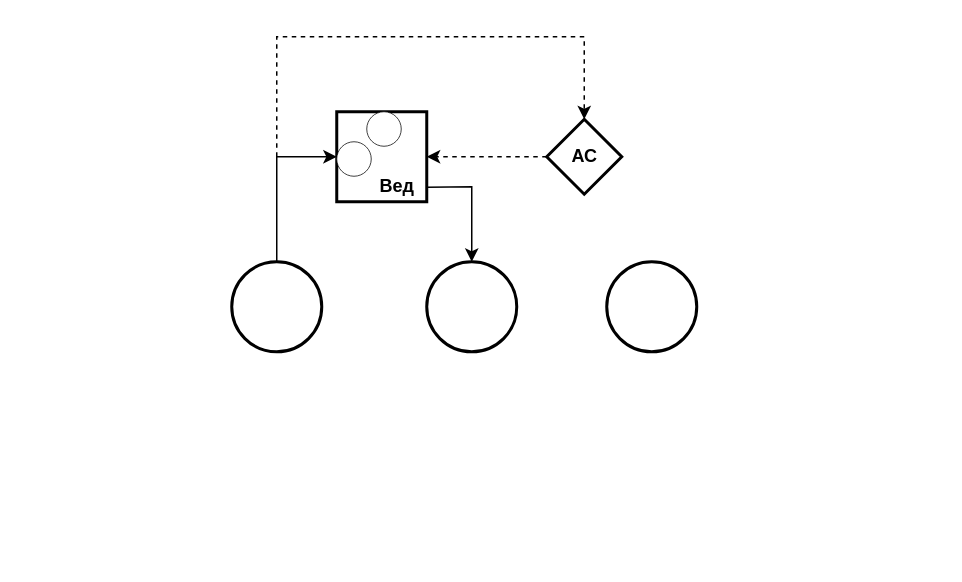
ArgumenTiKi/labs keeps this draw.io diagram as Untitled Diagram.drawio. Above is the earlier version. Source tidied: cells renumbered, new cells numbered last; positions are measured from the earlier drawing's top-left corner, leaving out a move shared by most shapes. Both pictures are drawn from the tidied source at 150%, with x=0, y=0 at pixel (231, 36).
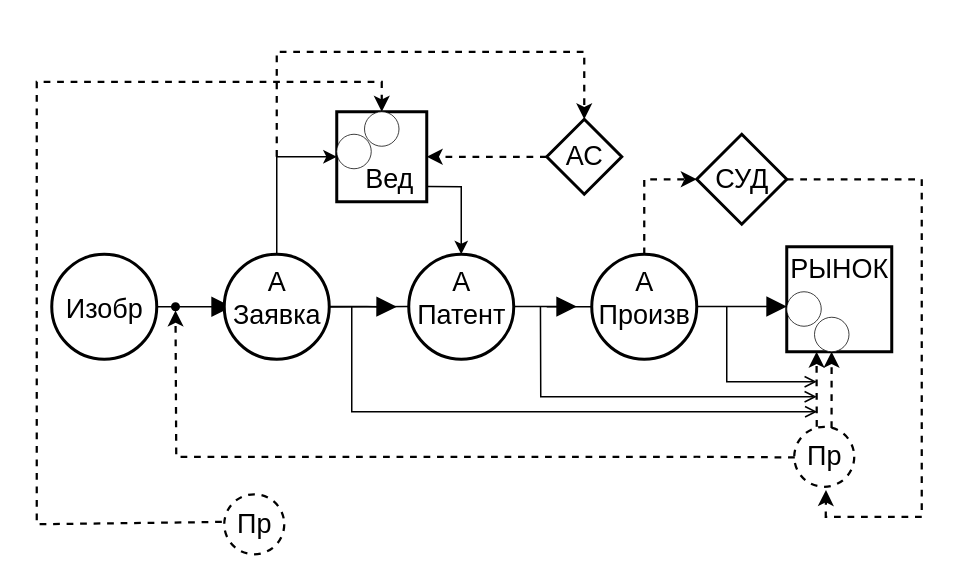
After the change.

Change to the diagram source:
```diff
@@
+    <mxCell id="15" style="ellipse;whiteSpace=wrap;html=1;strokeColor=default;strokeWidth=1.5;dashed=1;fontSize=18;fontStyle=0;" parent="1" vertex="1">
+      <mxGeometry x="-5" y="305" width="40" height="40" as="geometry" />
+    </mxCell>
+    <mxCell id="16" style="endArrow=none;html=1;rounded=0;fontSize=18;endSize=11;strokeWidth=1;entryX=0.063;entryY=0.6;entryDx=0;entryDy=0;entryPerimeter=0;" parent="1" edge="1" target="18">
+      <mxGeometry relative="1" as="geometry">
+        <mxPoint x="210" y="180" as="sourcePoint" />
+      </mxGeometry>
+    </mxCell>
+    <mxCell id="17" style="edgeStyle=orthogonalEdgeStyle;rounded=0;orthogonalLoop=1;jettySize=auto;html=1;verticalAlign=middle;endArrow=block;endFill=1;endSize=11;fontSize=18;fontStyle=0;" parent="1" edge="1">
+      <mxGeometry relative="1" as="geometry">
+        <mxPoint x="180" y="179.9" as="sourcePoint" />
+        <mxPoint x="230" y="179.9" as="targetPoint" />
+        <Array as="points">
+          <mxPoint x="200" y="179.9" />
+          <mxPoint x="200" y="179.9" />
+        </Array>
+      </mxGeometry>
+    </mxCell>
-    <mxCell id="2" style="rounded=0;whiteSpace=wrap;html=1;strokeWidth=2;" parent="1" vertex="1">
+    <mxCell id="2" style="rounded=0;whiteSpace=wrap;html=1;strokeWidth=2;fontSize=18;fontStyle=0;" parent="1" vertex="1">
       <mxGeometry x="70" y="50" width="60" height="60" as="geometry" />
     </mxCell>
-    <mxCell id="3" style="endArrow=classic;html=1;rounded=0;entryX=1;entryY=0.5;entryDx=0;entryDy=0;dashed=1;" parent="1" edge="1" target="2">
+    <mxCell id="3" style="endArrow=classic;html=1;rounded=0;entryX=1;entryY=0.5;entryDx=0;entryDy=0;dashed=1;fontSize=18;fontStyle=0;strokeWidth=1.5;" parent="1" edge="1" target="2">
       <mxGeometry relative="1" as="geometry">
         <mxPoint x="210" y="80" as="sourcePoint" />
       </mxGeometry>
     </mxCell>
-    <mxCell id="4" style="rhombus;whiteSpace=wrap;html=1;strokeWidth=2;" parent="1" vertex="1">
+    <mxCell id="4" style="rhombus;whiteSpace=wrap;html=1;strokeWidth=2;fontSize=18;fontStyle=0;" parent="1" vertex="1">
       <mxGeometry x="210" y="55" width="50" height="50" as="geometry" />
     </mxCell>
-    <mxCell id="5" value="&lt;b&gt;АС&lt;/b&gt;" style="text;html=1;align=center;verticalAlign=middle;strokeColor=none;fillColor=none;strokeWidth=1;" parent="1" vertex="1">
-      <mxGeometry x="220" y="70" width="30" height="20" as="geometry" />
+    <mxCell id="5" value="&lt;span style=&quot;font-size: 18px;&quot;&gt;АС&lt;/span&gt;" style="text;html=1;align=center;verticalAlign=middle;strokeColor=none;fillColor=none;strokeWidth=1;fontSize=18;fontStyle=0;" parent="1" vertex="1">
+      <mxGeometry x="215" y="65" width="40" height="30" as="geometry" />
     </mxCell>
-    <mxCell id="6" style="endArrow=classic;html=1;rounded=0;entryX=0.5;entryY=0;entryDx=0;entryDy=0;dashed=1;" parent="1" edge="1" target="4">
+    <mxCell id="6" style="endArrow=classic;html=1;rounded=0;entryX=0.5;entryY=0;entryDx=0;entryDy=0;dashed=1;fontSize=18;fontStyle=0;strokeWidth=1.5;" parent="1" edge="1" target="4">
       <mxGeometry relative="1" as="geometry">
         <mxPoint x="30" y="80" as="sourcePoint" />
         <Array as="points">
-          <mxPoint x="30" />
-          <mxPoint x="235" />
+          <mxPoint x="30" y="10" />
+          <mxPoint x="235" y="10" />
         </Array>
       </mxGeometry>
     </mxCell>
-    <mxCell id="7" style="endArrow=classic;html=1;rounded=0;entryX=0;entryY=0.5;entryDx=0;entryDy=0;" parent="1" edge="1" target="2">
+    <mxCell id="7" style="endArrow=classic;html=1;rounded=0;entryX=0;entryY=0.5;entryDx=0;entryDy=0;fontSize=18;fontStyle=0;" parent="1" edge="1" target="2">
       <mxGeometry relative="1" as="geometry">
         <mxPoint x="30" y="150" as="sourcePoint" />
         <Array as="points">
           <mxPoint x="30" y="80" />
         </Array>
       </mxGeometry>
     </mxCell>
-    <mxCell id="8" style="ellipse;whiteSpace=wrap;html=1;strokeColor=default;strokeWidth=2;" parent="1" vertex="1">
-      <mxGeometry y="150" width="60" height="60" as="geometry" />
-    </mxCell>
-    <mxCell id="9" style="ellipse;whiteSpace=wrap;html=1;strokeColor=default;strokeWidth=2;" parent="1" vertex="1">
-      <mxGeometry x="130" y="150" width="60" height="60" as="geometry" />
-    </mxCell>
-    <mxCell id="10" style="ellipse;whiteSpace=wrap;html=1;strokeColor=default;strokeWidth=2;" parent="1" vertex="1">
-      <mxGeometry x="250" y="150" width="60" height="60" as="geometry" />
+    <mxCell id="10" style="ellipse;whiteSpace=wrap;html=1;strokeColor=default;strokeWidth=2;fontSize=18;fontStyle=0;" parent="1" vertex="1">
+      <mxGeometry x="240" y="145" width="70" height="70" as="geometry" />
     </mxCell>
-    <mxCell id="11" value="Вед" style="text;html=1;align=center;verticalAlign=middle;points=[];strokeColor=none;fillColor=none;strokeWidth=1;fontSize=12;fontStyle=1;" parent="1" vertex="1">
-      <mxGeometry x="90" y="90" width="40" height="20" as="geometry" />
+    <mxCell id="11" value="Вед" style="text;html=1;align=center;verticalAlign=middle;points=[];strokeColor=none;fillColor=none;strokeWidth=1;fontSize=18;fontStyle=0;" parent="1" vertex="1">
+      <mxGeometry x="80" y="80" width="50" height="30" as="geometry" />
     </mxCell>
-    <mxCell id="12" style="ellipse;whiteSpace=wrap;html=1;fontSize=12;strokeColor=default;strokeWidth=0.5;" parent="1" vertex="1">
-      <mxGeometry x="90" y="50" width="23" height="23" as="geometry" />
+    <mxCell id="12" style="ellipse;whiteSpace=wrap;html=1;fontSize=18;strokeColor=default;strokeWidth=0.5;fontStyle=0;" parent="1" vertex="1">
+      <mxGeometry x="88.5" y="50" width="23" height="23" as="geometry" />
     </mxCell>
-    <mxCell id="13" style="ellipse;whiteSpace=wrap;html=1;fontSize=12;strokeColor=default;strokeWidth=0.5;" parent="1" vertex="1">
-      <mxGeometry x="70" y="70" width="23" height="23" as="geometry" />
+    <mxCell id="13" style="ellipse;whiteSpace=wrap;html=1;fontSize=18;strokeColor=default;strokeWidth=0.5;fontStyle=0;" parent="1" vertex="1">
+      <mxGeometry x="70" y="65" width="23" height="23" as="geometry" />
     </mxCell>
-    <mxCell id="14" style="endArrow=classic;html=1;rounded=0;fontSize=12;exitX=1;exitY=0.517;exitDx=0;exitDy=0;exitPerimeter=0;entryX=0.5;entryY=0;entryDx=0;entryDy=0;" parent="1" edge="1" source="11" target="9">
+    <mxCell id="14" style="endArrow=classic;html=1;rounded=0;fontSize=18;entryX=0.5;entryY=0;entryDx=0;entryDy=0;fontStyle=0;exitX=1.009;exitY=0.663;exitDx=0;exitDy=0;exitPerimeter=0;" parent="1" edge="1" source="11" target="42">
       <mxGeometry relative="1" as="geometry">
         <Array as="points">
-          <mxPoint x="160" y="100" />
+          <mxPoint x="153" y="100" />
         </Array>
       </mxGeometry>
     </mxCell>
+    <mxCell id="18" value="А&lt;br style=&quot;font-size: 18px;&quot;&gt;Произв" style="text;html=1;align=center;verticalAlign=middle;points=[];strokeColor=none;fillColor=none;fontStyle=0;fontSize=18;" parent="1" vertex="1">
+      <mxGeometry x="235" y="150" width="80" height="50" as="geometry" />
+    </mxCell>
+    <mxCell id="19" style="edgeStyle=orthogonalEdgeStyle;rounded=0;orthogonalLoop=1;jettySize=auto;html=1;verticalAlign=middle;endArrow=block;endFill=1;endSize=11;fontSize=18;fontStyle=0;" parent="1" edge="1">
+      <mxGeometry relative="1" as="geometry">
+        <mxPoint x="60" y="179.9" as="sourcePoint" />
+        <mxPoint x="110" y="180" as="targetPoint" />
+        <Array as="points">
+          <mxPoint x="90" y="180" />
+          <mxPoint x="90" y="180" />
+        </Array>
+      </mxGeometry>
+    </mxCell>
+    <mxCell id="20" style="edgeStyle=orthogonalEdgeStyle;rounded=0;jettySize=auto;html=1;verticalAlign=middle;endArrow=block;endFill=1;endSize=11;startArrow=none;fontSize=18;fontStyle=0;" parent="1" edge="1" source="38">
+      <mxGeometry relative="1" as="geometry">
+        <mxPoint y="180" as="targetPoint" />
+        <Array as="points">
+          <mxPoint x="-30" y="180" />
+          <mxPoint x="-30" y="180" />
+        </Array>
+      </mxGeometry>
+    </mxCell>
+    <mxCell id="21" style="rounded=0;whiteSpace=wrap;html=1;strokeWidth=2;fontSize=18;fontStyle=0;" parent="1" vertex="1">
+      <mxGeometry x="370" y="140" width="70" height="70" as="geometry" />
+    </mxCell>
+    <mxCell id="22" value="РЫНОК" style="text;html=1;align=center;verticalAlign=middle;strokeColor=none;fillColor=none;strokeWidth=1;fontSize=18;fontStyle=0;" parent="1" vertex="1">
+      <mxGeometry x="365" y="140" width="80" height="30" as="geometry" />
+    </mxCell>
+    <mxCell id="23" style="ellipse;whiteSpace=wrap;html=1;fontSize=18;strokeColor=default;strokeWidth=0.5;fontStyle=0;" parent="1" vertex="1">
+      <mxGeometry x="388.5" y="187" width="23" height="23" as="geometry" />
+    </mxCell>
+    <mxCell id="24" style="ellipse;whiteSpace=wrap;html=1;fontSize=18;strokeColor=default;strokeWidth=0.5;fontStyle=0;" parent="1" vertex="1">
+      <mxGeometry x="370" y="170" width="23" height="23" as="geometry" />
+    </mxCell>
+    <mxCell id="25" style="edgeStyle=orthogonalEdgeStyle;rounded=0;orthogonalLoop=1;jettySize=auto;html=1;verticalAlign=middle;endArrow=block;endFill=1;endSize=11;fontSize=18;fontStyle=0;" parent="1" edge="1">
+      <mxGeometry relative="1" as="geometry">
+        <mxPoint x="310" y="179.8" as="sourcePoint" />
+        <mxPoint x="370" y="179.9" as="targetPoint" />
+        <Array as="points">
+          <mxPoint x="340" y="179.9" />
+          <mxPoint x="340" y="179.9" />
+        </Array>
+      </mxGeometry>
+    </mxCell>
+    <mxCell id="26" style="rhombus;whiteSpace=wrap;html=1;strokeWidth=2;fontSize=18;fontStyle=0;" parent="1" vertex="1">
+      <mxGeometry x="310" y="65" width="60" height="60" as="geometry" />
+    </mxCell>
+    <mxCell id="27" value="&lt;span style=&quot;font-size: 18px&quot;&gt;СУД&lt;br&gt;&lt;/span&gt;" style="text;html=1;align=center;verticalAlign=middle;strokeColor=none;fillColor=none;strokeWidth=1;fontSize=18;fontStyle=0;" parent="1" vertex="1">
+      <mxGeometry x="315" y="80" width="50" height="30" as="geometry" />
+    </mxCell>
+    <mxCell id="28" style="endArrow=classic;html=1;rounded=0;entryX=0;entryY=0.5;entryDx=0;entryDy=0;dashed=1;fontSize=18;exitX=0.5;exitY=0;exitDx=0;exitDy=0;fontStyle=0;strokeWidth=1.5;" parent="1" edge="1" source="10" target="26">
+      <mxGeometry relative="1" as="geometry">
+        <Array as="points">
+          <mxPoint x="275" y="95" />
+        </Array>
+      </mxGeometry>
+    </mxCell>
+    <mxCell id="29" style="endArrow=classic;html=1;rounded=0;dashed=1;exitX=1;exitY=0.5;exitDx=0;exitDy=0;entryX=0.529;entryY=1.055;entryDx=0;entryDy=0;entryPerimeter=0;fontSize=18;fontStyle=0;strokeWidth=1.5;" parent="1" edge="1" source="26" target="30">
+      <mxGeometry relative="1" as="geometry">
+        <Array as="points">
+          <mxPoint x="460" y="95" />
+          <mxPoint x="460" y="320" />
+          <mxPoint x="410" y="320" />
+          <mxPoint x="396" y="320" />
+        </Array>
+      </mxGeometry>
+    </mxCell>
+    <mxCell id="30" style="ellipse;whiteSpace=wrap;html=1;strokeColor=default;strokeWidth=1.5;dashed=1;fontSize=18;fontStyle=0;" parent="1" vertex="1">
+      <mxGeometry x="375" y="260" width="40" height="40" as="geometry" />
+    </mxCell>
+    <mxCell id="31" value="Пр" style="text;html=1;align=center;verticalAlign=middle;points=[];strokeColor=none;fillColor=none;fontStyle=0;fontSize=18;" parent="1" vertex="1">
+      <mxGeometry x="375" y="265" width="40" height="30" as="geometry" />
+    </mxCell>
+    <mxCell id="32" style="endArrow=classic;html=1;rounded=0;dashed=1;fontSize=18;fontStyle=0;strokeWidth=1.5;" parent="1" edge="1">
+      <mxGeometry relative="1" as="geometry">
+        <mxPoint x="390" y="260" as="sourcePoint" />
+        <mxPoint x="389.9" y="210" as="targetPoint" />
+        <Array as="points">
+          <mxPoint x="389.9" y="227.5" />
+        </Array>
+      </mxGeometry>
+    </mxCell>
+    <mxCell id="33" style="endArrow=classic;html=1;rounded=0;dashed=1;exitX=0.622;exitY=0.022;exitDx=0;exitDy=0;exitPerimeter=0;fontSize=18;fontStyle=0;strokeWidth=1.5;" parent="1" edge="1" source="30">
+      <mxGeometry relative="1" as="geometry">
+        <mxPoint x="399.9" y="210" as="targetPoint" />
+        <Array as="points">
+          <mxPoint x="399.9" y="227.5" />
+        </Array>
+      </mxGeometry>
+    </mxCell>
+    <mxCell id="34" style="endArrow=open;html=1;rounded=0;endFill=0;fontSize=18;fontStyle=0;" parent="1" edge="1">
+      <mxGeometry relative="1" as="geometry">
+        <mxPoint x="330" y="180" as="sourcePoint" />
+        <mxPoint x="390" y="230" as="targetPoint" />
+        <Array as="points">
+          <mxPoint x="330" y="230" />
+        </Array>
+      </mxGeometry>
+    </mxCell>
+    <mxCell id="35" style="endArrow=open;html=1;rounded=0;endFill=0;fontSize=18;fontStyle=0;" parent="1" edge="1">
+      <mxGeometry relative="1" as="geometry">
+        <mxPoint x="205.8" y="180" as="sourcePoint" />
+        <mxPoint x="390" y="240" as="targetPoint" />
+        <Array as="points">
+          <mxPoint x="206" y="240" />
+        </Array>
+      </mxGeometry>
+    </mxCell>
+    <mxCell id="36" style="endArrow=open;html=1;rounded=0;endFill=0;fontSize=18;fontStyle=0;" parent="1" edge="1">
+      <mxGeometry relative="1" as="geometry">
+        <mxPoint x="80" y="180" as="sourcePoint" />
+        <mxPoint x="390.3" y="250" as="targetPoint" />
+        <Array as="points">
+          <mxPoint x="80" y="250" />
+        </Array>
+      </mxGeometry>
+    </mxCell>
+    <mxCell id="37" style="endArrow=classic;html=1;rounded=0;dashed=1;entryX=1;entryY=0.5;entryDx=0;entryDy=0;exitX=0.009;exitY=0.515;exitDx=0;exitDy=0;exitPerimeter=0;fontSize=18;fontStyle=0;strokeWidth=1.5;" parent="1" edge="1" source="31" target="38">
+      <mxGeometry relative="1" as="geometry">
+        <Array as="points">
+          <mxPoint x="310" y="280" />
+          <mxPoint x="-37" y="280" />
+        </Array>
+      </mxGeometry>
+    </mxCell>
+    <mxCell id="38" style="ellipse;whiteSpace=wrap;html=1;strokeWidth=1;fillColor=#000000;direction=south;fontSize=18;fontStyle=0;" parent="1" vertex="1">
+      <mxGeometry x="-40" y="177.5" width="5" height="5" as="geometry" />
+    </mxCell>
+    <mxCell id="39" value="Пр" style="text;html=1;align=center;verticalAlign=middle;points=[];strokeColor=none;fillColor=none;fontStyle=0;fontSize=18;" parent="1" vertex="1">
+      <mxGeometry x="-5" y="310" width="40" height="30" as="geometry" />
+    </mxCell>
+    <mxCell id="40" style="ellipse;whiteSpace=wrap;html=1;strokeColor=default;strokeWidth=2;fontSize=18;fontStyle=0;" parent="1" vertex="1">
+      <mxGeometry x="-5" y="145" width="70" height="70" as="geometry" />
+    </mxCell>
+    <mxCell id="41" value="А&lt;br style=&quot;font-size: 18px&quot;&gt;Заявка" style="text;html=1;align=center;verticalAlign=middle;strokeColor=none;fillColor=none;fontStyle=0;fontSize=18;" parent="1" vertex="1">
+      <mxGeometry x="-5" y="150" width="70" height="50" as="geometry" />
+    </mxCell>
+    <mxCell id="42" style="ellipse;whiteSpace=wrap;html=1;strokeColor=default;strokeWidth=2;fontSize=18;fontStyle=0;" parent="1" vertex="1">
+      <mxGeometry x="118" y="145" width="70" height="70" as="geometry" />
+    </mxCell>
+    <mxCell id="43" value="А&lt;br style=&quot;font-size: 18px&quot;&gt;Патент" style="text;html=1;align=center;verticalAlign=middle;points=[];strokeColor=none;fillColor=none;fontStyle=0;fontSize=18;" parent="1" vertex="1">
+      <mxGeometry x="118" y="150" width="70" height="50" as="geometry" />
+    </mxCell>
+    <mxCell id="44" style="endArrow=none;html=1;rounded=0;fontSize=18;endSize=11;strokeWidth=1;entryX=0.011;entryY=0.598;entryDx=0;entryDy=0;entryPerimeter=0;exitX=1.001;exitY=0.503;exitDx=0;exitDy=0;exitPerimeter=0;" parent="1" edge="1" source="40" target="43">
+      <mxGeometry relative="1" as="geometry" />
+    </mxCell>
+    <mxCell id="45" style="endArrow=classic;html=1;rounded=0;dashed=1;exitX=-0.04;exitY=0.448;exitDx=0;exitDy=0;exitPerimeter=0;fontSize=18;fontStyle=0;entryX=0.5;entryY=0;entryDx=0;entryDy=0;strokeWidth=1.5;" parent="1" edge="1" source="39" target="12">
+      <mxGeometry relative="1" as="geometry">
+        <Array as="points">
+          <mxPoint x="-130" y="325" />
+          <mxPoint x="-130" y="30" />
+          <mxPoint x="100" y="30" />
+        </Array>
+      </mxGeometry>
+    </mxCell>
+    <mxCell id="46" style="ellipse;whiteSpace=wrap;html=1;strokeColor=default;strokeWidth=2;fontSize=18;fontStyle=0;" parent="1" vertex="1">
+      <mxGeometry x="-120" y="145" width="70" height="70" as="geometry" />
+    </mxCell>
+    <mxCell id="47" value="Изобр" style="text;html=1;align=center;verticalAlign=middle;strokeColor=none;fillColor=none;fontStyle=0;fontSize=18;" parent="1" vertex="1">
+      <mxGeometry x="-120" y="166.5" width="70" height="30" as="geometry" />
+    </mxCell>
+    <mxCell id="48" style="endArrow=none;html=1;rounded=0;fontSize=18;endSize=11;strokeWidth=1;" parent="1" edge="1">
+      <mxGeometry relative="1" as="geometry">
+        <mxPoint x="-50" y="180" as="sourcePoint" />
+        <mxPoint x="-37" y="180" as="targetPoint" />
+      </mxGeometry>
+    </mxCell>
```
